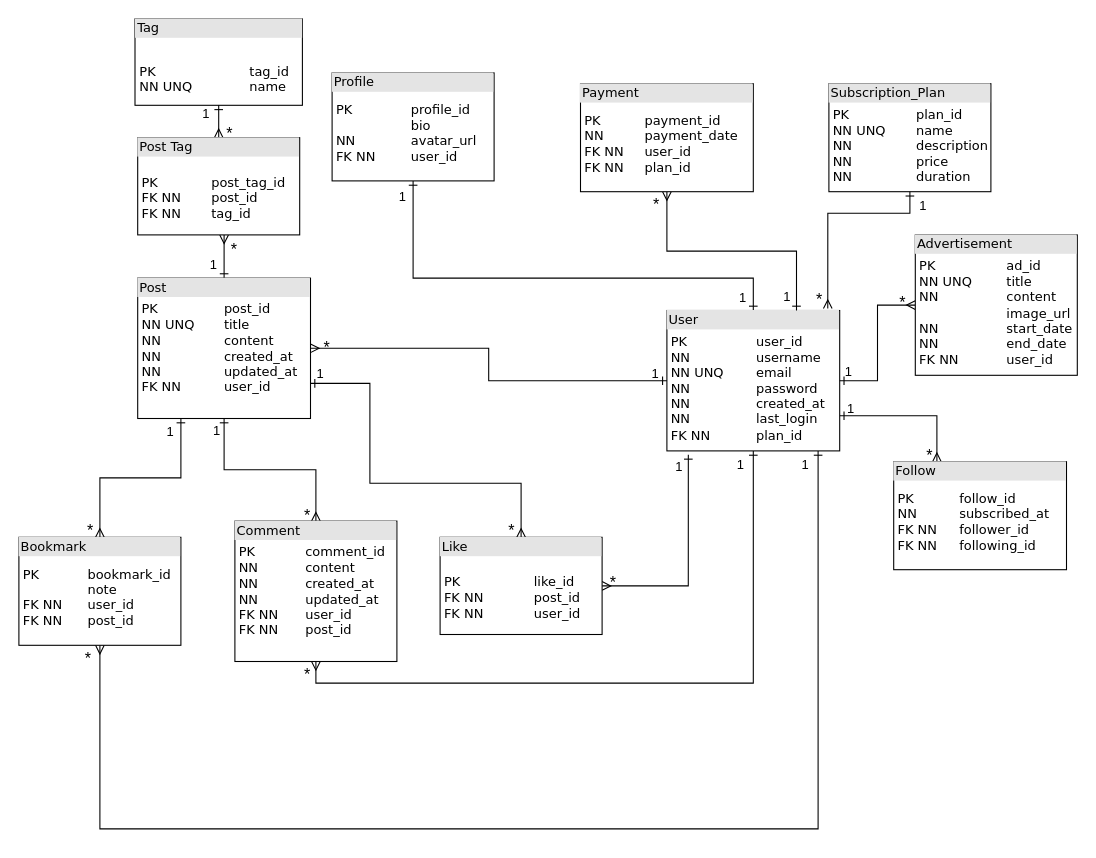
Above: normalized_db.drawio in cutehedgehog/DB_labs (draw.io), before the change. Source tidied: cells renumbered, new cells numbered last; positions are measured from the earlier drawing's top-left corner, leaving out a move shared by most shapes. Both pictures are drawn from the tidied source at 108%, with x=0, y=0 at pixel (18, 18).
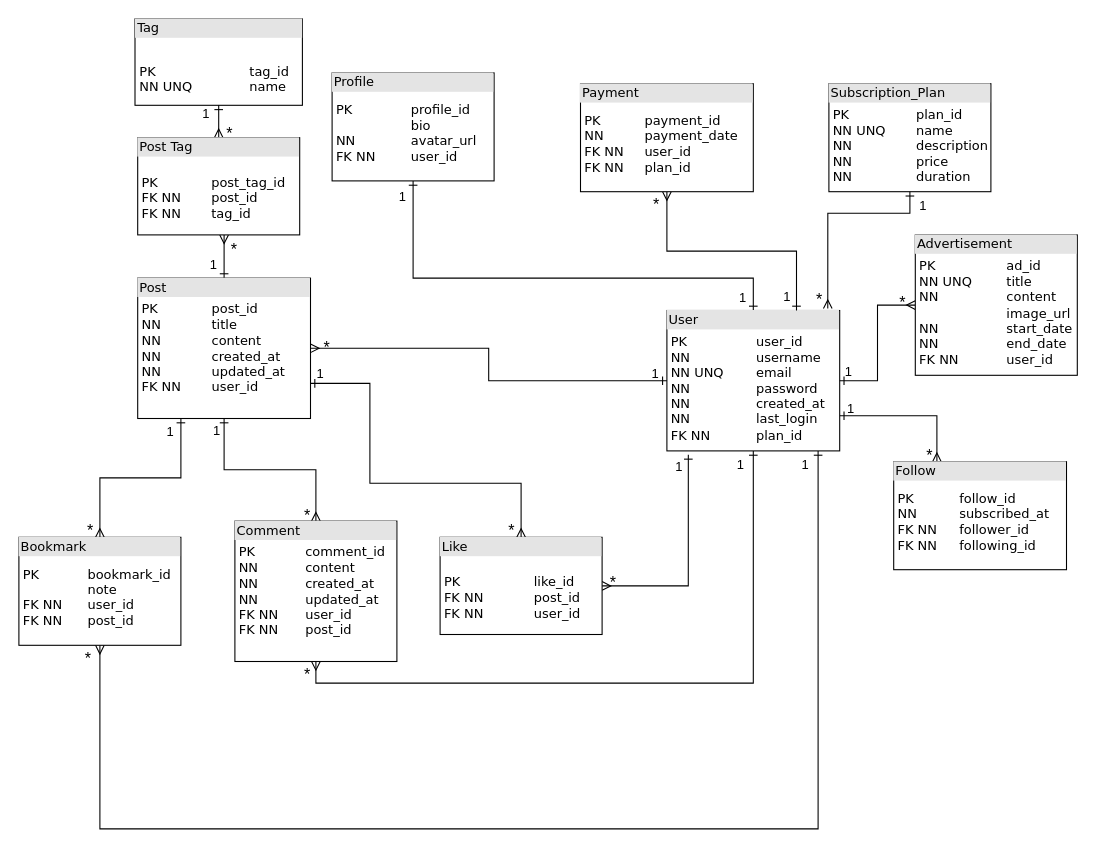
The same diagram, later.

The edit, as a diff of the source:
```diff
@@
-    <mxCell id="7" value="&lt;div style=&quot;box-sizing:border-box;width:100%;background:#e4e4e4;padding:2px;&quot;&gt;Post&lt;/div&gt;&lt;table style=&quot;width:100%;font-size:1em;&quot; cellpadding=&quot;2&quot; cellspacing=&quot;0&quot;&gt;&lt;tbody&gt;&lt;tr&gt;&lt;td&gt;&lt;table style=&quot;border-color: var(--border-color); font-size: 1em; width: 180px;&quot; cellpadding=&quot;2&quot; cellspacing=&quot;0&quot;&gt;&lt;tbody style=&quot;border-color: var(--border-color);&quot;&gt;&lt;tr style=&quot;border-color: var(--border-color);&quot;&gt;&lt;td style=&quot;border-color: var(--border-color);&quot;&gt;PK&lt;br&gt;NN UNQ&lt;br&gt;NN&lt;br style=&quot;border-color: var(--border-color);&quot;&gt;NN&lt;br style=&quot;border-color: var(--border-color);&quot;&gt;NN&lt;br style=&quot;border-color: var(--border-color);&quot;&gt;FK NN&lt;br&gt;&lt;/td&gt;&lt;td style=&quot;border-color: var(--border-color);&quot;&gt;post_id&lt;br&gt;title&lt;br&gt;content&lt;br style=&quot;border-color: var(--border-color);&quot;&gt;created_at&lt;br style=&quot;border-color: var(--border-color);&quot;&gt;updated_at&lt;br style=&quot;border-color: var(--border-color);&quot;&gt;user_id&lt;br&gt;&lt;/td&gt;&lt;/tr&gt;&lt;/tbody&gt;&lt;/table&gt;&lt;/td&gt;&lt;td&gt;&lt;br&gt;&lt;br&gt;&lt;br&gt;&lt;br&gt;&lt;br&gt;&lt;/td&gt;&lt;/tr&gt;&lt;tr&gt;&lt;td&gt;&lt;/td&gt;&lt;td&gt;&lt;br&gt;&lt;/td&gt;&lt;/tr&gt;&lt;tr&gt;&lt;td&gt;&lt;br&gt;&lt;/td&gt;&lt;td&gt;&lt;br&gt;&lt;/td&gt;&lt;/tr&gt;&lt;/tbody&gt;&lt;/table&gt;" style="verticalAlign=top;align=left;overflow=fill;html=1;rounded=0;shadow=0;comic=0;labelBackgroundColor=none;strokeWidth=1;fontFamily=Verdana;fontSize=12;" parent="1" vertex="1">
+    <mxCell id="7" value="&lt;div style=&quot;box-sizing:border-box;width:100%;background:#e4e4e4;padding:2px;&quot;&gt;Post&lt;/div&gt;&lt;table style=&quot;width:100%;font-size:1em;&quot; cellpadding=&quot;2&quot; cellspacing=&quot;0&quot;&gt;&lt;tbody&gt;&lt;tr&gt;&lt;td&gt;&lt;table style=&quot;border-color: var(--border-color); font-size: 1em; width: 180px;&quot; cellpadding=&quot;2&quot; cellspacing=&quot;0&quot;&gt;&lt;tbody style=&quot;border-color: var(--border-color);&quot;&gt;&lt;tr style=&quot;border-color: var(--border-color);&quot;&gt;&lt;td style=&quot;border-color: var(--border-color);&quot;&gt;PK&lt;br&gt;NN&lt;br&gt;NN&lt;br style=&quot;border-color: var(--border-color);&quot;&gt;NN&lt;br style=&quot;border-color: var(--border-color);&quot;&gt;NN&lt;br style=&quot;border-color: var(--border-color);&quot;&gt;FK NN&lt;br&gt;&lt;/td&gt;&lt;td style=&quot;border-color: var(--border-color);&quot;&gt;post_id&lt;br&gt;title&lt;br&gt;content&lt;br style=&quot;border-color: var(--border-color);&quot;&gt;created_at&lt;br style=&quot;border-color: var(--border-color);&quot;&gt;updated_at&lt;br style=&quot;border-color: var(--border-color);&quot;&gt;user_id&lt;br&gt;&lt;/td&gt;&lt;/tr&gt;&lt;/tbody&gt;&lt;/table&gt;&lt;/td&gt;&lt;td&gt;&lt;br&gt;&lt;br&gt;&lt;br&gt;&lt;br&gt;&lt;br&gt;&lt;/td&gt;&lt;/tr&gt;&lt;tr&gt;&lt;td&gt;&lt;/td&gt;&lt;td&gt;&lt;br&gt;&lt;/td&gt;&lt;/tr&gt;&lt;tr&gt;&lt;td&gt;&lt;br&gt;&lt;/td&gt;&lt;td&gt;&lt;br&gt;&lt;/td&gt;&lt;/tr&gt;&lt;/tbody&gt;&lt;/table&gt;" style="verticalAlign=top;align=left;overflow=fill;html=1;rounded=0;shadow=0;comic=0;labelBackgroundColor=none;strokeWidth=1;fontFamily=Verdana;fontSize=12;" parent="1" vertex="1">
       <mxGeometry x="110" y="240" width="160" height="130" as="geometry" />
     </mxCell>
```
